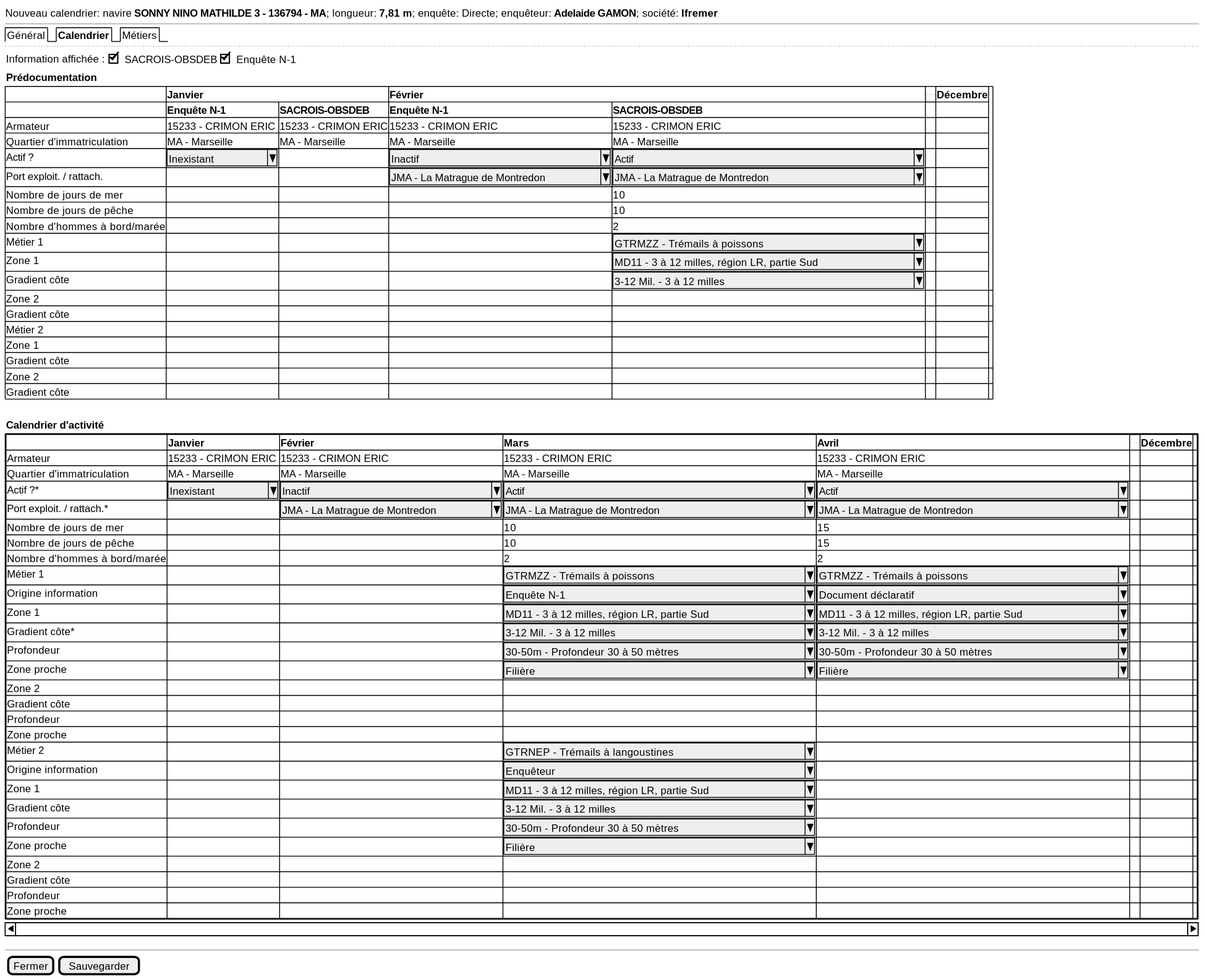
Earlier version of the PlantUML export projects/activity-calendar/spe/images/activity-calendar-new.svg (sumaris-net/sumaris-doc).
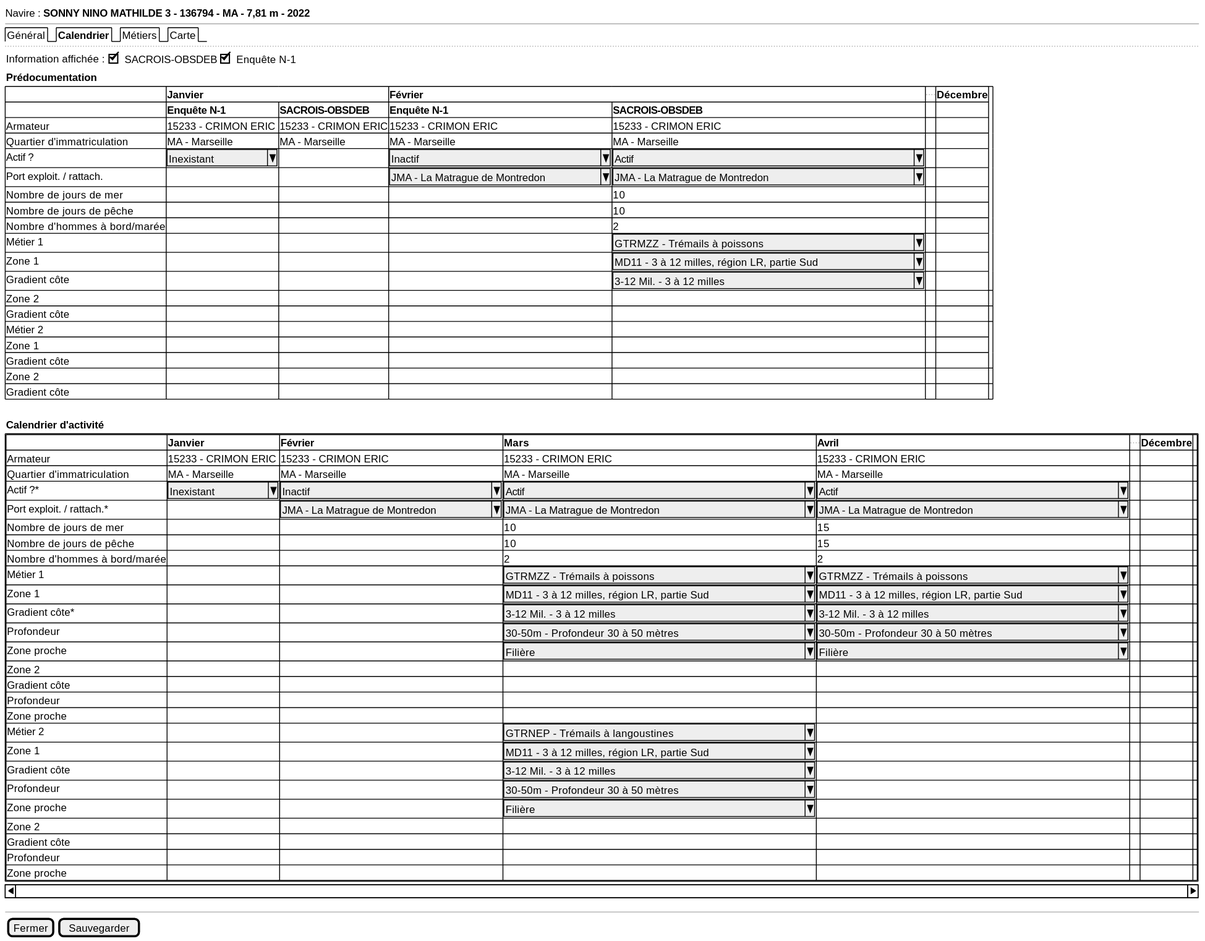
After the commit.

What changed in the source:
```diff
@@ -1,8 +1,8 @@
 @startsalt
 {
-  Nouveau calendrier: navire <b>SONNY NINO MATHILDE 3 - 136794 - MA</b>; longueur: <b>7,81 m</b>; enquête: Directe; enquêteur: <b>Adelaide GAMON</b>; société: <b>Ifremer</b>
+  Navire : <b>SONNY NINO MATHILDE 3 - 136794 - MA - 7,81 m - 2022
   --
-  {/ Général | <b>Calendrier | Métiers }
+  {/ Général | <b>Calendrier | Métiers | Carte}
   ..
 
   {Information affichée :  {[X]SACROIS-OBSDEB | [X]Enquête N-1 }}
@@ -42,7 +42,6 @@
      Nombre de jours de pêche | . | . | 10 | 15 | . | . | .
      Nombre d'hommes à bord/marée | . | . | 2 | 2 | . | . | .
      Métier 1 | . | . | ^GTRMZZ - Trémails à poissons               ^ | ^GTRMZZ - Trémails à poissons               ^ | . | . | .
-     Origine information | . | . | ^Enquête N-1                                ^ | ^Document déclaratif                        ^ | . | . | .
      Zone 1 | . | . | ^MD11 - 3 à 12 milles, région LR, partie Sud^| ^MD11 - 3 à 12 milles, région LR, partie Sud^ | . | . | .
      Gradient côte* | . | . | ^3-12 Mil. - 3 à 12 milles                  ^| ^3-12 Mil. - 3 à 12 milles                  ^ | . | . | .
      Profondeur | . | . | ^30-50m - Profondeur 30 à 50 mètres         ^ | ^30-50m - Profondeur 30 à 50 mètres         ^ | . | . | .
@@ -52,7 +51,6 @@
      Profondeur | . | . | . | . | . | . | .
      Zone proche | . | . | . | . | . | . | .
      Métier 2 | . | . | ^GTRNEP - Trémails à langoustines           ^ | . | . | . | .
-     Origine information | . | . | ^Enquêteur                                  ^ | . | . | . | .
      Zone 1 | . | . | ^MD11 - 3 à 12 milles, région LR, partie Sud^|.| . | . | .
      Gradient côte | . | . | ^3-12 Mil. - 3 à 12 milles                  ^|.| . | . | .
      Profondeur | . | . | ^30-50m - Profondeur 30 à 50 mètres         ^|.| . | . | .
```
